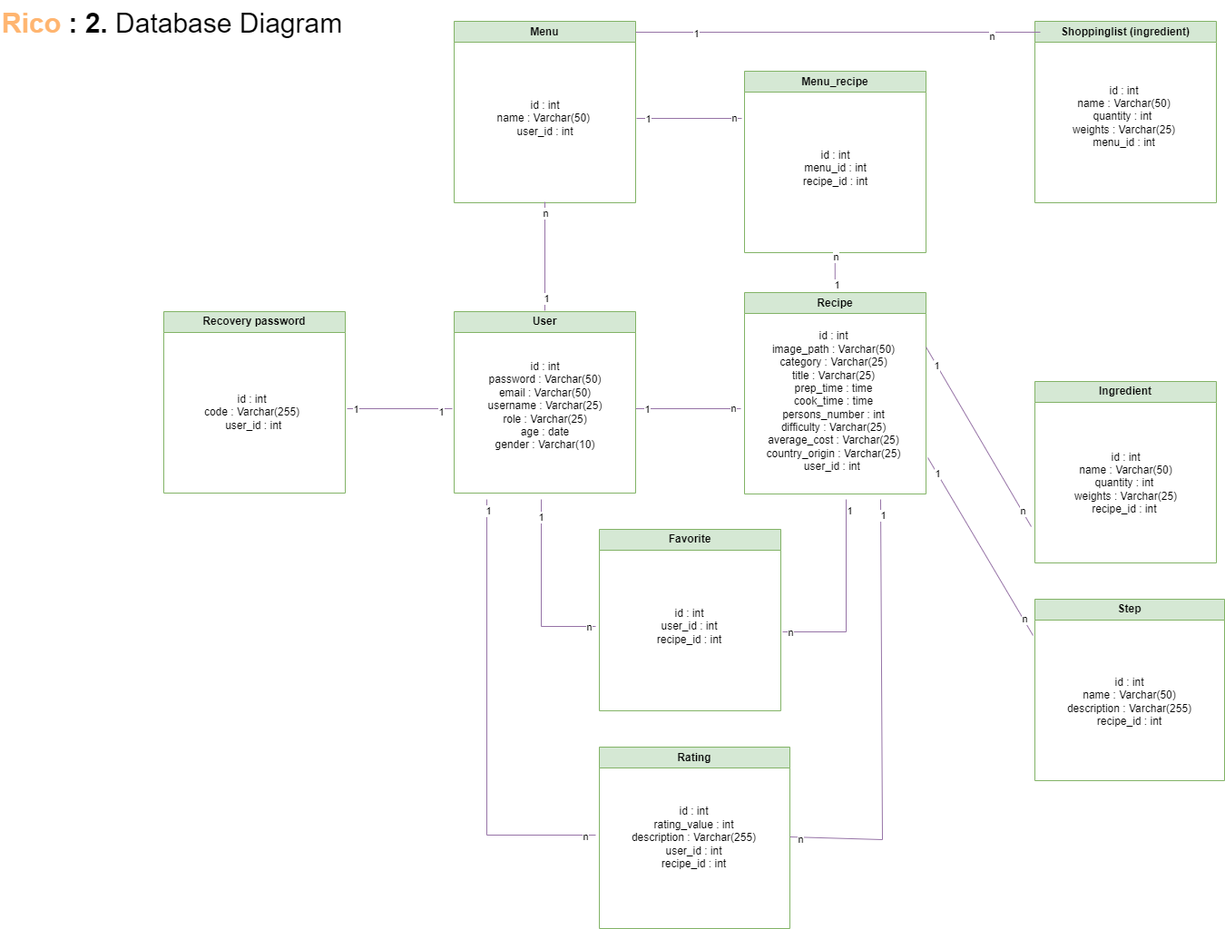
saracruzfdez/ricoCda keeps this draw.io diagram as conception/Database_Diagram.drawio.png. Above is the earlier version. Source tidied: cells renumbered, new cells last; positions are measured from the earlier drawing's top-left corner, leaving out a move shared by most shapes.
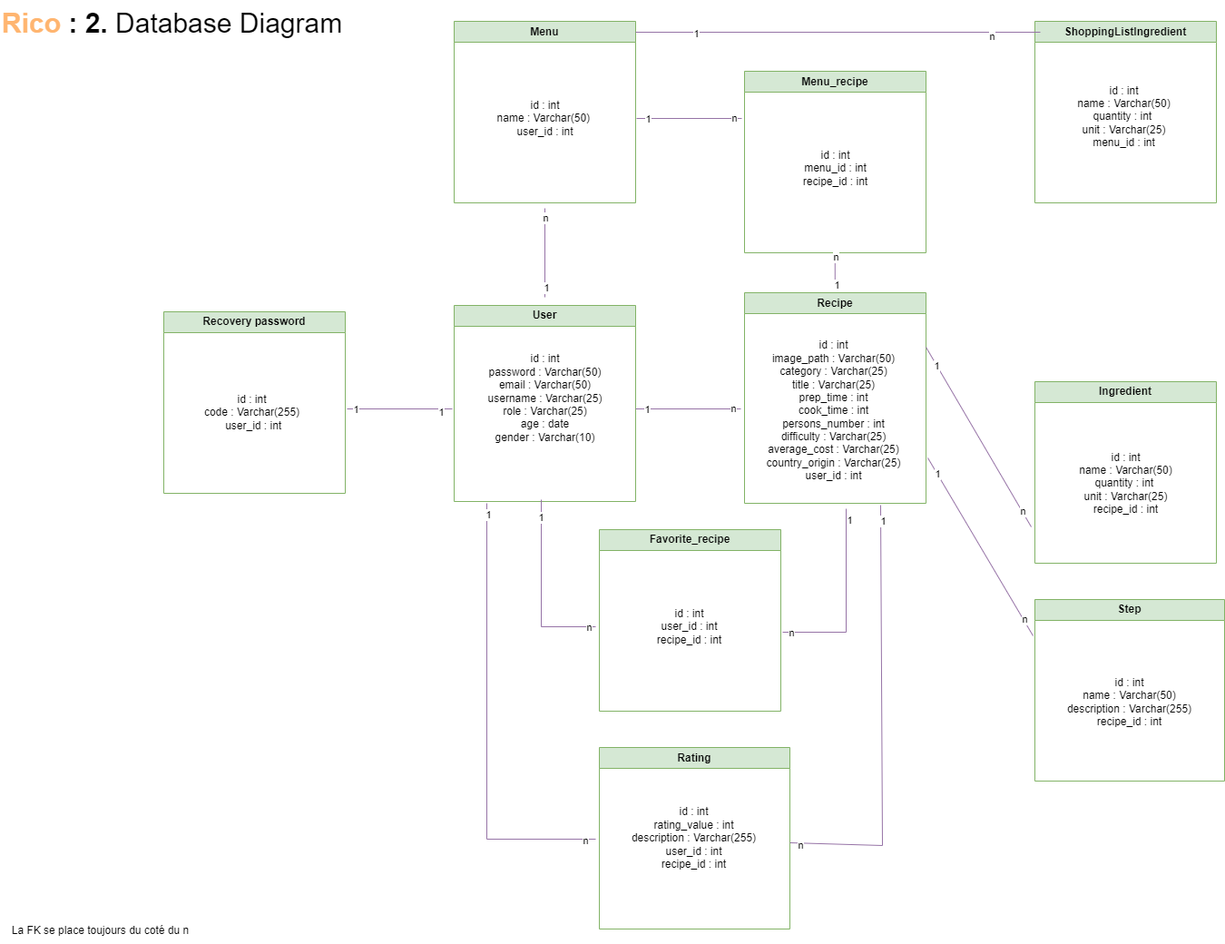
Above is the later version.

Commit message:
Feat(Conception): Adding Class Diagram

Diff of the diagram source:
```diff
@@ -5,26 +5,26 @@
     <mxCell id="2" value="Step" style="swimlane;whiteSpace=wrap;html=1;fillColor=#d5e8d4;strokeColor=#82b366;" parent="1" vertex="1">
       <mxGeometry x="1140" y="660" width="209" height="200" as="geometry" />
     </mxCell>
-    <mxCell id="3" value="id : int&lt;br&gt;name : Varchar(50)&lt;br&gt;description : Varchar(255)&lt;br style=&quot;border-color: var(--border-color);&quot;&gt;recipe_id : int" style="text;html=1;align=center;verticalAlign=middle;strokeColor=none;fillColor=none;" parent="2" vertex="1">
+    <mxCell id="3" value="id : int&lt;br&gt;name : Varchar(50)&lt;br&gt;description : Varchar(255)&lt;br&gt;recipe_id : int" style="text;html=1;align=center;verticalAlign=middle;strokeColor=none;fillColor=none;" parent="2" vertex="1">
       <mxGeometry x="24" y="78" width="160" height="70" as="geometry" />
     </mxCell>
     <mxCell id="4" value="Ingredient" style="swimlane;whiteSpace=wrap;html=1;fillColor=#d5e8d4;strokeColor=#82b366;" parent="1" vertex="1">
       <mxGeometry x="1140" y="420" width="200" height="200" as="geometry" />
     </mxCell>
-    <mxCell id="5" value="id : int&lt;br style=&quot;border-color: var(--border-color);&quot;&gt;name : Varchar(50)&lt;br style=&quot;border-color: var(--border-color);&quot;&gt;quantity : int&amp;nbsp;&lt;br style=&quot;border-color: var(--border-color);&quot;&gt;weights : Varchar(25)&lt;br&gt;recipe_id : int&amp;nbsp;" style="text;html=1;align=center;verticalAlign=middle;strokeColor=none;fillColor=none;" parent="4" vertex="1">
-      <mxGeometry x="30" y="67" width="140" height="90" as="geometry" />
+    <mxCell id="5" value="id : int&lt;br style=&quot;border-color: var(--border-color);&quot;&gt;name : Varchar(50)&lt;br style=&quot;border-color: var(--border-color);&quot;&gt;quantity : int&amp;nbsp;&lt;br style=&quot;border-color: var(--border-color);&quot;&gt;unit : Varchar(25)&lt;br&gt;recipe_id : int" style="text;html=1;align=center;verticalAlign=middle;strokeColor=none;fillColor=none;" parent="4" vertex="1">
+      <mxGeometry x="35" y="67" width="130" height="90" as="geometry" />
     </mxCell>
-    <mxCell id="6" value="Shoppinglist (ingredient)" style="swimlane;whiteSpace=wrap;html=1;fillColor=#d5e8d4;strokeColor=#82b366;" parent="1" vertex="1">
+    <mxCell id="6" value="ShoppingListIngredient" style="swimlane;whiteSpace=wrap;html=1;fillColor=#d5e8d4;strokeColor=#82b366;startSize=23;" parent="1" vertex="1">
       <mxGeometry x="1140" y="23" width="200" height="200" as="geometry" />
     </mxCell>
-    <mxCell id="7" value="id : int&lt;br&gt;name : Varchar(50) &lt;br&gt;quantity : int&amp;nbsp;&lt;br&gt;weights : Varchar(25)&lt;br&gt;menu_id : int" style="text;html=1;align=center;verticalAlign=middle;strokeColor=none;fillColor=none;" parent="6" vertex="1">
-      <mxGeometry x="28" y="60" width="140" height="90" as="geometry" />
+    <mxCell id="7" value="id : int&lt;br&gt;name : Varchar(50) &lt;br&gt;quantity : int&amp;nbsp;&lt;br&gt;unit : Varchar(25)&lt;br&gt;menu_id : int" style="text;html=1;align=center;verticalAlign=middle;strokeColor=none;fillColor=none;" parent="6" vertex="1">
+      <mxGeometry x="33" y="60" width="130" height="90" as="geometry" />
     </mxCell>
     <mxCell id="8" value="Recipe" style="swimlane;whiteSpace=wrap;html=1;fillColor=#d5e8d4;strokeColor=#82b366;" parent="1" vertex="1">
-      <mxGeometry x="820" y="322" width="200" height="222" as="geometry" />
+      <mxGeometry x="820" y="322" width="200" height="232" as="geometry" />
     </mxCell>
-    <mxCell id="9" value="id : int&lt;br&gt;image_path : Varchar(50)&lt;br&gt;category : Varchar(25)&lt;br&gt;title : Varchar(25)&lt;br&gt;prep_time : time&lt;br style=&quot;border-color: var(--border-color);&quot;&gt;cook_time : time&lt;br&gt;persons_number : int&lt;br&gt;difficulty : Varchar(25)&lt;br&gt;average_cost : Varchar(25)&lt;br&gt;country_origin : Varchar(25)&lt;br&gt;user_id : int&amp;nbsp;" style="text;html=1;align=center;verticalAlign=middle;strokeColor=none;fillColor=none;" parent="8" vertex="1">
-      <mxGeometry x="13" y="35" width="170" height="170" as="geometry" />
+    <mxCell id="9" value="id : int&lt;br&gt;image_path : Varchar(50)&lt;br&gt;category : Varchar(25)&lt;br&gt;title : Varchar(25)&lt;br&gt;prep_time : int&lt;br style=&quot;border-color: var(--border-color);&quot;&gt;cook_time : int&lt;br&gt;persons_number : int&lt;br&gt;difficulty : Varchar(25)&lt;br&gt;average_cost : Varchar(25)&lt;br&gt;country_origin : Varchar(25)&lt;br&gt;user_id : int" style="text;html=1;align=center;verticalAlign=middle;strokeColor=none;fillColor=none;" parent="8" vertex="1">
+      <mxGeometry x="13" y="45" width="170" height="170" as="geometry" />
     </mxCell>
     <mxCell id="10" value="Rating" style="swimlane;whiteSpace=wrap;html=1;startSize=23;fillColor=#d5e8d4;strokeColor=#82b366;" parent="1" vertex="1">
       <mxGeometry x="660" y="823" width="210" height="200" as="geometry" />
@@ -32,14 +32,14 @@
     <mxCell id="11" value="id : int&lt;br&gt;rating_value : int&lt;br&gt;description : Varchar(255)&lt;br&gt;user_id : int&lt;br style=&quot;border-color: var(--border-color);&quot;&gt;recipe_id : int&lt;br style=&quot;border-color: var(--border-color);&quot;&gt;&amp;nbsp;" style="text;html=1;align=center;verticalAlign=middle;strokeColor=none;fillColor=none;" parent="10" vertex="1">
       <mxGeometry x="24" y="57" width="160" height="100" as="geometry" />
     </mxCell>
-    <mxCell id="12" value="Favorite" style="swimlane;whiteSpace=wrap;html=1;fillColor=#d5e8d4;strokeColor=#82b366;" parent="1" vertex="1">
+    <mxCell id="12" value="Favorite_recipe" style="swimlane;whiteSpace=wrap;html=1;fillColor=#d5e8d4;strokeColor=#82b366;" parent="1" vertex="1">
       <mxGeometry x="660" y="583" width="200" height="200" as="geometry" />
     </mxCell>
     <mxCell id="13" value="User" style="swimlane;whiteSpace=wrap;html=1;fillColor=#d5e8d4;strokeColor=#82b366;" parent="1" vertex="1">
-      <mxGeometry x="500" y="343" width="200" height="200" as="geometry" />
+      <mxGeometry x="500" y="336" width="200" height="216" as="geometry" />
     </mxCell>
-    <mxCell id="14" value="id : int&lt;br&gt;password : Varchar(50)&lt;br&gt;email : Varchar(50)&lt;br&gt;username : Varchar(25)&lt;br&gt;role : Varchar(25)&lt;br&gt;age : date&lt;br&gt;gender : Varchar(10)&lt;br style=&quot;border-color: var(--border-color);&quot;&gt;&amp;nbsp;" style="text;html=1;align=center;verticalAlign=middle;strokeColor=none;fillColor=none;" parent="13" vertex="1">
-      <mxGeometry x="25" y="46" width="150" height="130" as="geometry" />
+    <mxCell id="14" value="id : int&lt;br&gt;password : Varchar(50)&lt;br&gt;email : Varchar(50)&lt;br&gt;username : Varchar(25)&lt;br&gt;role : Varchar(25)&lt;br&gt;age : date&lt;br&gt;gender : Varchar(10)&lt;font color=&quot;#ff0000&quot;&gt;&lt;br&gt;&lt;br&gt;&lt;/font&gt;&lt;br&gt;&lt;br style=&quot;border-color: var(--border-color);&quot;&gt;&amp;nbsp;" style="text;html=1;align=center;verticalAlign=middle;strokeColor=none;fillColor=none;" parent="13" vertex="1">
+      <mxGeometry x="25" y="46" width="150" height="170" as="geometry" />
     </mxCell>
     <mxCell id="15" value="Menu" style="swimlane;whiteSpace=wrap;html=1;fillColor=#d5e8d4;strokeColor=#82b366;" parent="1" vertex="1">
       <mxGeometry x="500" y="23" width="200" height="200" as="geometry" />
@@ -55,8 +55,8 @@
     </mxCell>
     <mxCell id="19" style="endArrow=none;html=1;rounded=0;fillColor=#e1d5e7;strokeColor=#9673a6;" parent="1" edge="1">
       <mxGeometry relative="1" as="geometry">
-        <mxPoint x="600" y="342" as="sourcePoint" />
-        <mxPoint x="600" y="222" as="targetPoint" />
+        <mxPoint x="600" y="327" as="sourcePoint" />
+        <mxPoint x="600" y="229" as="targetPoint" />
       </mxGeometry>
     </mxCell>
     <mxCell id="20" value="1" style="edgeLabel;html=1;align=center;verticalAlign=middle;" parent="19" vertex="1">
@@ -103,7 +103,7 @@
     </mxCell>
     <mxCell id="30" style="endArrow=none;html=1;rounded=0;fillColor=#e1d5e7;strokeColor=#9673a6;" parent="1" edge="1">
       <mxGeometry relative="1" as="geometry">
-        <mxPoint x="932" y="550" as="sourcePoint" />
+        <mxPoint x="932" y="560" as="sourcePoint" />
         <mxPoint x="862" y="696" as="targetPoint" />
         <Array as="points">
           <mxPoint x="932" y="696" />
@@ -118,10 +118,10 @@
     </mxCell>
     <mxCell id="33" style="endArrow=none;html=1;rounded=0;fillColor=#e1d5e7;strokeColor=#9673a6;" parent="1" edge="1">
       <mxGeometry relative="1" as="geometry">
-        <mxPoint x="536" y="550" as="sourcePoint" />
-        <mxPoint x="656" y="920" as="targetPoint" />
+        <mxPoint x="536" y="554" as="sourcePoint" />
+        <mxPoint x="656" y="924" as="targetPoint" />
         <Array as="points">
-          <mxPoint x="536" y="920" />
+          <mxPoint x="536" y="924" />
         </Array>
       </mxGeometry>
     </mxCell>
@@ -131,12 +131,12 @@
     <mxCell id="35" value="n" style="edgeLabel;html=1;align=center;verticalAlign=middle;" parent="33" vertex="1">
       <mxGeometry x="0.95" y="-1" relative="1" as="geometry" />
     </mxCell>
-    <mxCell id="36" style="endArrow=none;html=1;rounded=0;entryX=1;entryY=0.5;entryDx=0;entryDy=0;fillColor=#e1d5e7;strokeColor=#9673a6;" parent="1" edge="1">
+    <mxCell id="36" style="endArrow=none;html=1;rounded=0;fillColor=#e1d5e7;strokeColor=#9673a6;" parent="1" edge="1">
       <mxGeometry relative="1" as="geometry">
-        <mxPoint x="970" y="550" as="sourcePoint" />
-        <mxPoint x="870" y="922" as="targetPoint" />
+        <mxPoint x="970" y="556" as="sourcePoint" />
+        <mxPoint x="870" y="928" as="targetPoint" />
         <Array as="points">
-          <mxPoint x="972" y="925" />
+          <mxPoint x="972" y="931" />
         </Array>
       </mxGeometry>
     </mxCell>
@@ -218,5 +218,8 @@
     <mxCell id="57" value="n" style="edgeLabel;html=1;align=center;verticalAlign=middle;" parent="55" vertex="1">
       <mxGeometry x="0.8" relative="1" as="geometry" />
     </mxCell>
+    <mxCell id="58" value="La FK se place toujours du coté du n" style="text;html=1;align=center;verticalAlign=middle;strokeColor=none;fillColor=none;" parent="1" vertex="1">
+      <mxGeometry y="1010" width="220" height="30" as="geometry" />
+    </mxCell>
   </root>
 </mxGraphModel>
```
